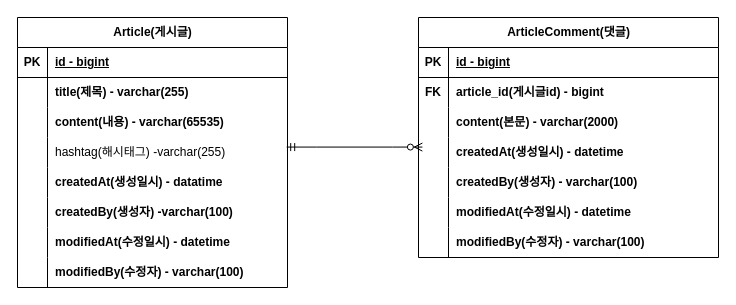
SSoyoo/ssoyoo-project-board keeps this draw.io diagram as document/board-erd.drawio. Above is the earlier version. Source tidied: cells renumbered, new cells numbered last; positions are measured from the earlier drawing's top-left corner, leaving out a move shared by most shapes. Both pictures are drawn from the tidied source at 100%, with x=0, y=0 at pixel (17, 17).
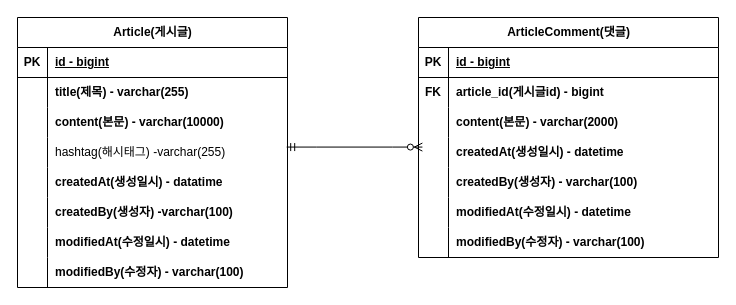
Above is the later version.

The change refers to these unchanged cells:
```xml
<mxCell id="9" style="shape=tableRow;horizontal=0;startSize=0;swimlaneHead=0;swimlaneBody=0;fillColor=none;top=0;left=0;right=0;bottom=0;" parent="2" vertex="1">
  <mxGeometry y="90" width="270" height="30" as="geometry" />
</mxCell>
```

The edit, as a diff of the source:
```diff
@@
-    <mxCell id="11" value="content(내용) - varchar(65535)" style="shape=partialRectangle;fillColor=none;top=0;left=0;bottom=0;right=0;align=left;spacingLeft=6;overflow=hidden;whiteSpace=wrap;html=1;fontStyle=1;" parent="9" vertex="1">
+    <mxCell id="11" value="content(본문) - varchar(10000)" style="shape=partialRectangle;fillColor=none;top=0;left=0;bottom=0;right=0;align=left;spacingLeft=6;overflow=hidden;whiteSpace=wrap;html=1;fontStyle=1;" parent="9" vertex="1">
       <mxGeometry x="30" width="240" height="30" as="geometry" />
     </mxCell>
```
